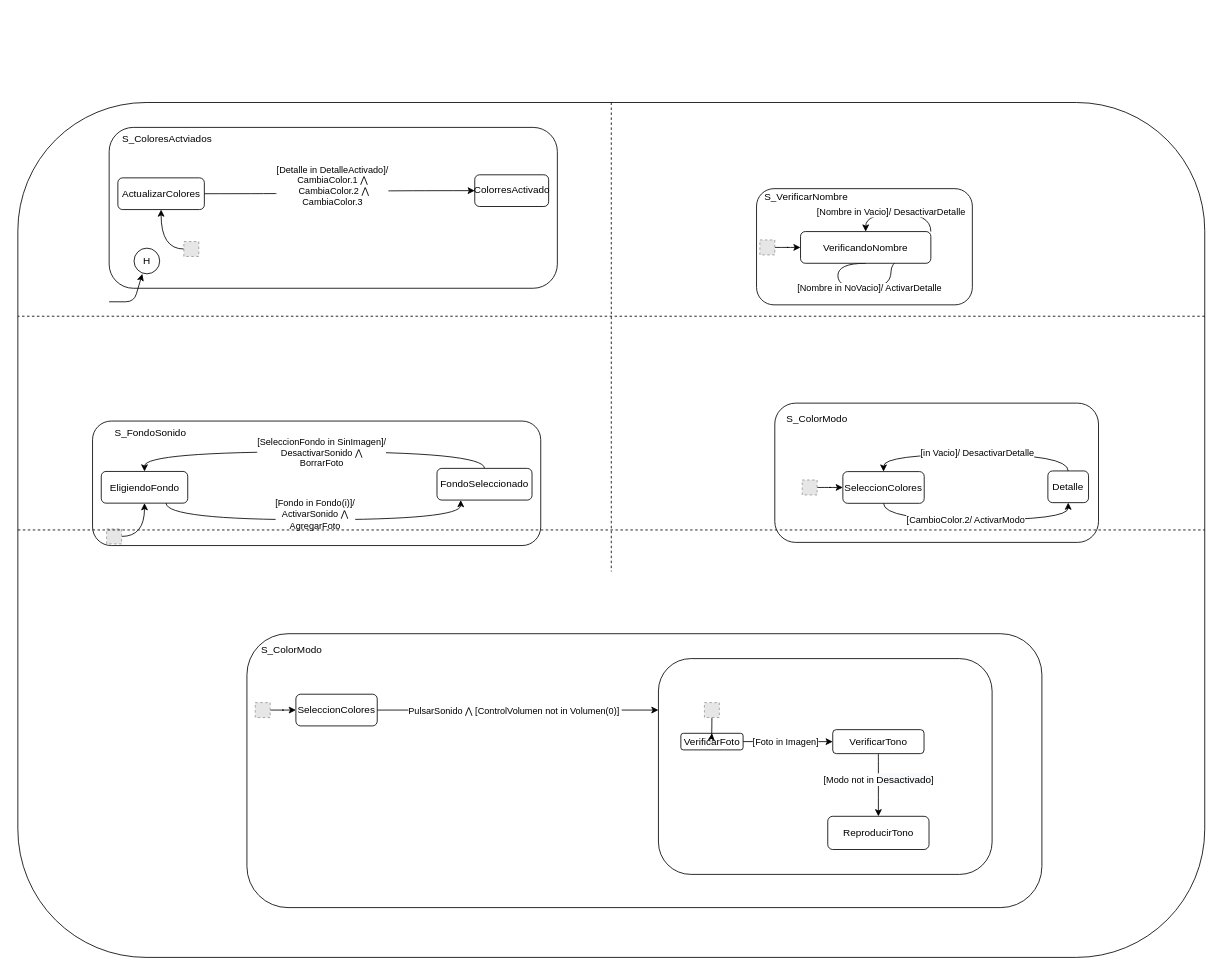
Before: Untitled Diagram.drawio in ignaciolitma/IngSoftware1, a draw.io diagram. Source tidied: cells renumbered, new cells numbered last; positions are measured from the earlier drawing's top-left corner, leaving out a move shared by most shapes. Both pictures are drawn from the tidied source at 83%, with x=0, y=0 at pixel (17, 102). Pictures stored in the file or linked from it are replaced by grey dashed boxes.
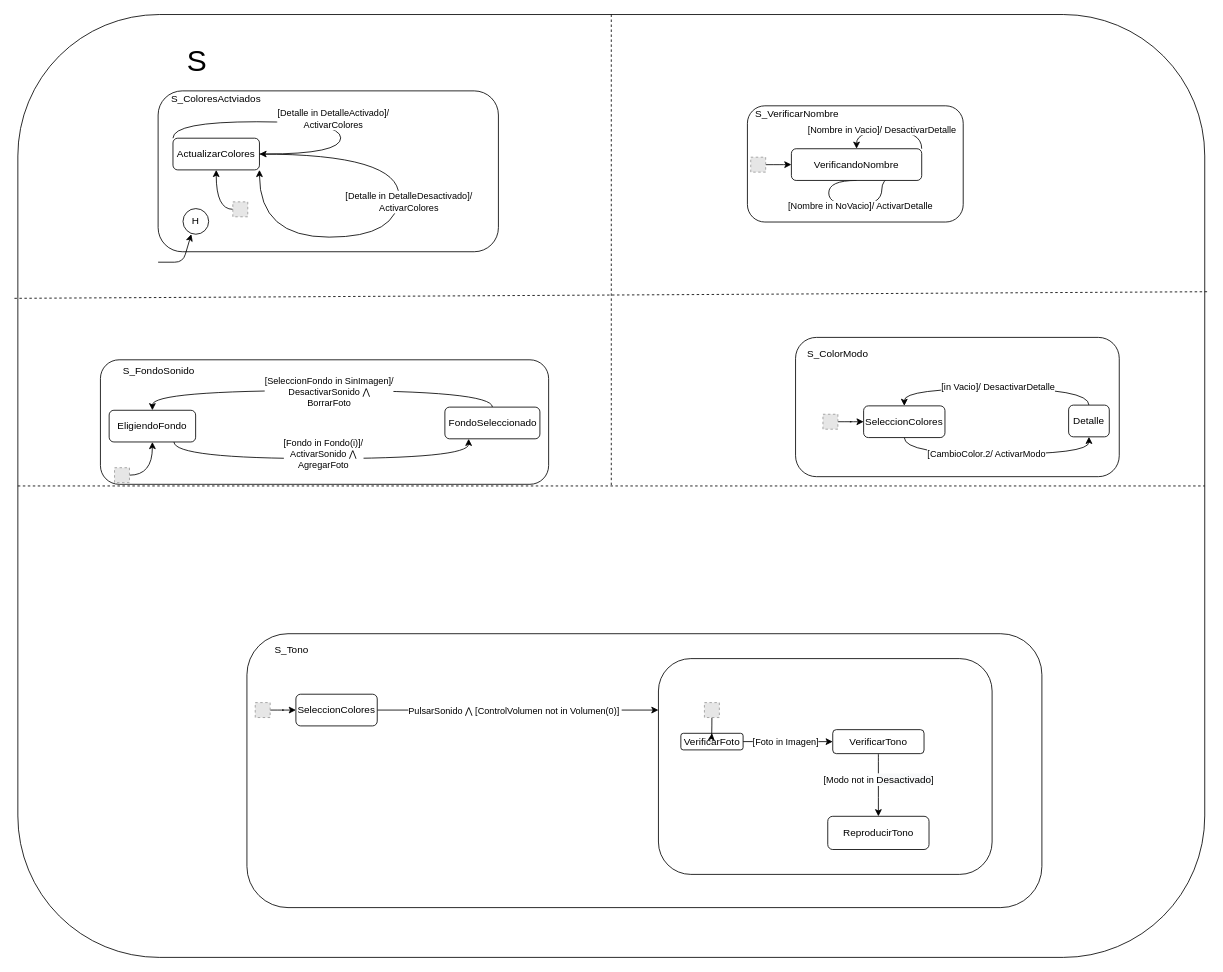
After the change.

Diff of the diagram source:
```diff
@@
     <mxCell id="2" style="rounded=1;whiteSpace=wrap;html=1;" parent="1" vertex="1">
-      <mxGeometry width="1430" height="1030" as="geometry" />
+      <mxGeometry y="-106" width="1430" height="1136" as="geometry" />
     </mxCell>
@@
     <mxCell id="4" style="rounded=1;whiteSpace=wrap;html=1;shadow=0;glass=0;sketch=0;strokeColor=#000000;strokeWidth=1;fillColor=#ffffff;gradientColor=none;" parent="1" vertex="1">
-      <mxGeometry x="912" y="362.2" width="390" height="167.8" as="geometry" />
+      <mxGeometry x="937" y="283" width="390" height="167.8" as="geometry" />
     </mxCell>
     <mxCell id="5" style="rounded=1;whiteSpace=wrap;html=1;shadow=0;glass=0;sketch=0;strokeColor=#000000;strokeWidth=1;fillColor=#ffffff;gradientColor=none;" parent="1" vertex="1">
-      <mxGeometry x="890" y="103.8" width="260" height="140" as="geometry" />
+      <mxGeometry x="879" y="4" width="260" height="140" as="geometry" />
     </mxCell>
@@
     <mxCell id="7" style="fillColor=#E6E6E6;strokeColor=#999999;dashed=1;html=1;verticalAlign=top;verticalLabelPosition=bottom;labelBackgroundColor=#ffffff;" parent="1" vertex="1">
-      <mxGeometry x="894" y="165.6" width="18" height="18" as="geometry" />
+      <mxGeometry x="883" y="65.9" width="18" height="18" as="geometry" />
     </mxCell>
     <mxCell id="8" style="edgeStyle=orthogonalEdgeStyle;curved=1;rounded=0;orthogonalLoop=1;jettySize=auto;html=1;entryX=1;entryY=0.75;entryDx=0;entryDy=0;exitX=0.5;exitY=1;exitDx=0;exitDy=0;" parent="1" edge="1" source="10" target="10">
       <mxGeometry relative="1" as="geometry">
         <Array as="points">
-          <mxPoint x="988" y="223.8" />
-          <mxPoint x="1052" y="223.8" />
-          <mxPoint x="1052" y="183.8" />
+          <mxPoint x="977" y="124" />
+          <mxPoint x="1041" y="124" />
+          <mxPoint x="1041" y="84" />
         </Array>
       </mxGeometry>
     </mxCell>
@@
     <mxCell id="10" value="VerificandoNombre" style="rounded=1;whiteSpace=wrap;html=1;shadow=0;glass=0;sketch=0;strokeColor=#000000;strokeWidth=1;fillColor=#ffffff;gradientColor=none;" parent="1" vertex="1">
-      <mxGeometry x="943" y="155.5" width="157" height="38.2" as="geometry" />
+      <mxGeometry x="932" y="55.7" width="157" height="38.2" as="geometry" />
     </mxCell>
     <mxCell id="11" style="edgeStyle=orthogonalEdgeStyle;curved=1;rounded=0;orthogonalLoop=1;jettySize=auto;html=1;entryX=0.5;entryY=0;entryDx=0;entryDy=0;exitX=1;exitY=0;exitDx=0;exitDy=0;" parent="1" edge="1" source="10" target="10">
       <mxGeometry relative="1" as="geometry">
         <Array as="points">
-          <mxPoint x="1100" y="155.8" />
-          <mxPoint x="1100" y="133.8" />
-          <mxPoint x="988" y="133.8" />
+          <mxPoint x="1089" y="56" />
+          <mxPoint x="1089" y="34" />
+          <mxPoint x="977" y="34" />
         </Array>
       </mxGeometry>
     </mxCell>
@@
     <mxCell id="13" value="S_VerificarNombre" style="text;html=1;strokeColor=none;fillColor=none;align=center;verticalAlign=middle;whiteSpace=wrap;rounded=0;shadow=0;glass=0;sketch=0;" parent="1" vertex="1">
-      <mxGeometry x="930" y="103.8" width="40" height="20" as="geometry" />
+      <mxGeometry x="919" y="4" width="40" height="20" as="geometry" />
     </mxCell>
-    <mxCell id="14" style="rounded=1;whiteSpace=wrap;html=1;shadow=0;glass=0;sketch=0;strokeColor=#000000;strokeWidth=1;fillColor=#ffffff;gradientColor=none;" parent="1" vertex="1">
-      <mxGeometry x="110" y="30" width="540" height="193.8" as="geometry" />
-    </mxCell>
-    <mxCell id="15" style="edgeStyle=orthogonalEdgeStyle;curved=1;rounded=0;jettySize=auto;html=1;entryX=0.5;entryY=1;entryDx=0;entryDy=0;exitX=0;exitY=0.5;exitDx=0;exitDy=0;" parent="1" edge="1" source="16" target="17">
-      <mxGeometry relative="1" as="geometry" />
-    </mxCell>
-    <mxCell id="16" style="fillColor=#E6E6E6;strokeColor=#999999;dashed=1;html=1;verticalAlign=top;verticalLabelPosition=bottom;labelBackgroundColor=#ffffff;" parent="1" vertex="1">
-      <mxGeometry x="200" y="167.5" width="18" height="18" as="geometry" />
-    </mxCell>
-    <mxCell id="17" value="ActualizarColores" style="rounded=1;whiteSpace=wrap;html=1;shadow=0;glass=0;sketch=0;strokeColor=#000000;strokeWidth=1;fillColor=#ffffff;gradientColor=none;" parent="1" vertex="1">
-      <mxGeometry x="120.5" y="90.8" width="104.2" height="38.2" as="geometry" />
-    </mxCell>
-    <mxCell id="18" value="S_ColoresActviados" style="text;html=1;strokeColor=none;fillColor=none;align=center;verticalAlign=middle;whiteSpace=wrap;rounded=0;shadow=0;glass=0;sketch=0;" parent="1" vertex="1">
-      <mxGeometry x="160" y="33.8" width="40" height="20" as="geometry" />
-    </mxCell>
-    <mxCell id="19" value="ColorresActivado" style="rounded=1;whiteSpace=wrap;html=1;shadow=0;glass=0;sketch=0;strokeColor=#000000;strokeWidth=1;fillColor=#ffffff;gradientColor=none;" parent="1" vertex="1">
-      <mxGeometry x="550.5" y="87.1" width="89" height="38.2" as="geometry" />
-    </mxCell>
-    <mxCell id="20" style="edgeStyle=orthogonalEdgeStyle;curved=1;rounded=0;jettySize=auto;html=1;entryX=0;entryY=0.5;entryDx=0;entryDy=0;exitX=1;exitY=0.5;exitDx=0;exitDy=0;" parent="1" edge="1" source="17" target="19">
-      <mxGeometry relative="1" as="geometry" />
-    </mxCell>
-    <mxCell id="21" value="[Detalle in DetalleActivado]/&lt;br&gt;&lt;font style=&quot;font-size: 11px&quot;&gt;CambiaColor.1&amp;nbsp;&lt;span id=&quot;docs-internal-guid-8772f5fa-7fff-3052-a0d8-ee5ba60bb537&quot;&gt;&lt;span style=&quot;background-color: transparent ; vertical-align: baseline&quot;&gt;⋀&lt;/span&gt;&lt;/span&gt;&lt;br&gt;&amp;nbsp;CambiaColor.2&amp;nbsp;&lt;/font&gt;&lt;span id=&quot;docs-internal-guid-8772f5fa-7fff-3052-a0d8-ee5ba60bb537&quot;&gt;&lt;span style=&quot;background-color: transparent ; vertical-align: baseline&quot;&gt;&lt;font style=&quot;font-size: 11px&quot;&gt;⋀&lt;br&gt;CambiaColor.3&lt;br&gt;&lt;/font&gt;&lt;br&gt;&lt;/span&gt;&lt;/span&gt;" style="edgeLabel;html=1;align=center;verticalAlign=middle;" parent="20" vertex="1">
-      <mxGeometry x="0.21" relative="1" as="geometry">
-        <mxPoint x="-42" as="offset" />
-      </mxGeometry>
-    </mxCell>
-    <mxCell id="22" value="H" style="ellipse;whiteSpace=wrap;html=1;rounded=0;shadow=0;glass=0;sketch=0;strokeColor=#000000;strokeWidth=1;fillColor=#ffffff;gradientColor=none;" parent="1" vertex="1">
-      <mxGeometry x="140" y="175.5" width="30.9" height="30.9" as="geometry" />
-    </mxCell>
-    <mxCell id="23" style="endArrow=classic;html=1;" parent="1" edge="1">
-      <mxGeometry relative="1" as="geometry">
-        <mxPoint x="110" y="240.1" as="sourcePoint" />
-        <mxPoint x="150" y="206.4" as="targetPoint" />
-        <Array as="points">
-          <mxPoint x="140" y="240.1" />
-        </Array>
-      </mxGeometry>
-    </mxCell>
     <mxCell id="24" style="rounded=1;whiteSpace=wrap;html=1;shadow=0;glass=0;sketch=0;strokeColor=#000000;strokeWidth=1;fillColor=#ffffff;gradientColor=none;" parent="1" vertex="1">
-      <mxGeometry x="90" y="383.8" width="540" height="150" as="geometry" />
+      <mxGeometry x="99.5" y="310" width="540" height="150" as="geometry" />
     </mxCell>
     <mxCell id="25" style="edgeStyle=orthogonalEdgeStyle;curved=1;rounded=0;jettySize=auto;html=1;entryX=0.5;entryY=1;entryDx=0;entryDy=0;exitX=1;exitY=0.5;exitDx=0;exitDy=0;" parent="1" edge="1" source="26" target="27">
       <mxGeometry relative="1" as="geometry">
         <Array as="points">
-          <mxPoint x="153" y="522.8" />
+          <mxPoint x="162.5" y="449" />
         </Array>
       </mxGeometry>
     </mxCell>
     <mxCell id="26" style="fillColor=#E6E6E6;strokeColor=#999999;dashed=1;html=1;verticalAlign=top;verticalLabelPosition=bottom;labelBackgroundColor=#ffffff;" parent="1" vertex="1">
-      <mxGeometry x="107" y="513.8" width="18" height="18" as="geometry" />
+      <mxGeometry x="116.5" y="440" width="18" height="18" as="geometry" />
     </mxCell>
     <mxCell id="27" value="EligiendoFondo" style="rounded=1;whiteSpace=wrap;html=1;shadow=0;glass=0;sketch=0;strokeColor=#000000;strokeWidth=1;fillColor=#ffffff;gradientColor=none;" parent="1" vertex="1">
-      <mxGeometry x="100.5" y="444.5" width="104.2" height="38.2" as="geometry" />
+      <mxGeometry x="110" y="370.8" width="104.2" height="38.2" as="geometry" />
     </mxCell>
     <mxCell id="28" value="S_FondoSonido" style="text;html=1;strokeColor=none;fillColor=none;align=center;verticalAlign=middle;whiteSpace=wrap;rounded=0;shadow=0;glass=0;sketch=0;" parent="1" vertex="1">
-      <mxGeometry x="140" y="387.5" width="40" height="20" as="geometry" />
+      <mxGeometry x="149.5" y="313.8" width="40" height="20" as="geometry" />
     </mxCell>
@@
     <mxCell id="31" value="FondoSeleccionado" style="rounded=1;whiteSpace=wrap;html=1;shadow=0;glass=0;sketch=0;strokeColor=#000000;strokeWidth=1;fillColor=#ffffff;gradientColor=none;" parent="1" vertex="1">
-      <mxGeometry x="505" y="440.8" width="114.5" height="38.2" as="geometry" />
+      <mxGeometry x="514.5" y="367" width="114.5" height="38.2" as="geometry" />
     </mxCell>
@@
     <mxCell id="34" value="S_ColorModo" style="text;html=1;strokeColor=none;fillColor=none;align=center;verticalAlign=middle;whiteSpace=wrap;rounded=0;shadow=0;glass=0;sketch=0;" parent="1" vertex="1">
-      <mxGeometry x="943" y="372.2" width="40" height="20" as="geometry" />
+      <mxGeometry x="968" y="293" width="40" height="20" as="geometry" />
     </mxCell>
@@
     <mxCell id="36" style="fillColor=#E6E6E6;strokeColor=#999999;dashed=1;html=1;verticalAlign=top;verticalLabelPosition=bottom;labelBackgroundColor=#ffffff;" parent="1" vertex="1">
-      <mxGeometry x="945" y="454.8" width="18" height="18" as="geometry" />
+      <mxGeometry x="970" y="375.6" width="18" height="18" as="geometry" />
     </mxCell>
@@
     <mxCell id="39" value="SeleccionColores" style="rounded=1;whiteSpace=wrap;html=1;shadow=0;glass=0;sketch=0;strokeColor=#000000;strokeWidth=1;fillColor=#ffffff;gradientColor=none;" parent="1" vertex="1">
-      <mxGeometry x="994" y="444.7" width="98" height="38.2" as="geometry" />
+      <mxGeometry x="1019" y="365.5" width="98" height="38.2" as="geometry" />
     </mxCell>
@@
     <mxCell id="42" value="Detalle" style="rounded=1;whiteSpace=wrap;html=1;shadow=0;glass=0;sketch=0;strokeColor=#000000;strokeWidth=1;fillColor=#ffffff;gradientColor=none;" parent="1" vertex="1">
-      <mxGeometry x="1241" y="443.9" width="49" height="38.2" as="geometry" />
+      <mxGeometry x="1266" y="364.6" width="49" height="38.2" as="geometry" />
     </mxCell>
@@
-    <mxCell id="58" value="S_ColorModo" style="text;html=1;strokeColor=none;fillColor=none;align=center;verticalAlign=middle;whiteSpace=wrap;rounded=0;shadow=0;glass=0;sketch=0;" parent="1" vertex="1">
+    <mxCell id="58" value="S_Tono" style="text;html=1;strokeColor=none;fillColor=none;align=center;verticalAlign=middle;whiteSpace=wrap;rounded=0;shadow=0;glass=0;sketch=0;" parent="1" vertex="1">
       <mxGeometry x="310" y="650" width="40" height="20" as="geometry" />
     </mxCell>
@@
     <mxCell id="60" style="endArrow=none;dashed=1;html=1;exitX=0.5;exitY=0;exitDx=0;exitDy=0;" parent="1" edge="1" source="2">
       <mxGeometry relative="1" as="geometry">
-        <mxPoint x="715" y="565" as="targetPoint" />
+        <mxPoint x="715" y="462" as="targetPoint" />
       </mxGeometry>
     </mxCell>
-    <mxCell id="61" style="endArrow=none;dashed=1;html=1;exitX=1;exitY=0.25;exitDx=0;exitDy=0;entryX=0;entryY=0.25;entryDx=0;entryDy=0;" parent="1" edge="1" source="2" target="2">
+    <mxCell id="61" style="endArrow=none;dashed=1;html=1;exitX=1.002;exitY=0.294;exitDx=0;exitDy=0;entryX=-0.003;entryY=0.301;entryDx=0;entryDy=0;entryPerimeter=0;exitPerimeter=0;" parent="1" edge="1" source="2" target="2">
       <mxGeometry relative="1" as="geometry" />
     </mxCell>
+    <mxCell id="62" value="&lt;font style=&quot;font-size: 36px&quot;&gt;S&lt;/font&gt;" style="text;html=1;strokeColor=none;fillColor=none;align=center;verticalAlign=middle;whiteSpace=wrap;rounded=0;" parent="1" vertex="1">
+      <mxGeometry x="116.5" y="-84" width="197.5" height="66" as="geometry" />
+    </mxCell>
+    <mxCell id="63" style="rounded=1;whiteSpace=wrap;html=1;shadow=0;glass=0;sketch=0;strokeColor=#000000;strokeWidth=1;fillColor=#ffffff;gradientColor=none;" parent="1" vertex="1">
+      <mxGeometry x="169" y="-14" width="410" height="193.8" as="geometry" />
+    </mxCell>
+    <mxCell id="64" style="edgeStyle=orthogonalEdgeStyle;curved=1;rounded=0;jettySize=auto;html=1;entryX=0.5;entryY=1;entryDx=0;entryDy=0;exitX=0;exitY=0.5;exitDx=0;exitDy=0;" parent="1" edge="1" source="65" target="17">
+      <mxGeometry relative="1" as="geometry" />
+    </mxCell>
+    <mxCell id="65" style="fillColor=#E6E6E6;strokeColor=#999999;dashed=1;html=1;verticalAlign=top;verticalLabelPosition=bottom;labelBackgroundColor=#ffffff;" parent="1" vertex="1">
+      <mxGeometry x="259" y="119.7" width="18" height="18" as="geometry" />
+    </mxCell>
+    <mxCell id="17" value="ActualizarColores" style="rounded=1;whiteSpace=wrap;html=1;shadow=0;glass=0;sketch=0;strokeColor=#000000;strokeWidth=1;fillColor=#ffffff;gradientColor=none;" parent="1" vertex="1">
+      <mxGeometry x="186.9" y="43" width="104.2" height="38.2" as="geometry" />
+    </mxCell>
+    <mxCell id="18" value="S_ColoresActviados" style="text;html=1;strokeColor=none;fillColor=none;align=center;verticalAlign=middle;whiteSpace=wrap;rounded=0;shadow=0;glass=0;sketch=0;" parent="1" vertex="1">
+      <mxGeometry x="219" y="-14" width="40" height="20" as="geometry" />
+    </mxCell>
+    <mxCell id="22" value="H" style="ellipse;whiteSpace=wrap;html=1;rounded=0;shadow=0;glass=0;sketch=0;strokeColor=#000000;strokeWidth=1;fillColor=#ffffff;gradientColor=none;" parent="1" vertex="1">
+      <mxGeometry x="199" y="127.8" width="30.9" height="30.9" as="geometry" />
+    </mxCell>
+    <mxCell id="66" style="endArrow=classic;html=1;" parent="1" edge="1">
+      <mxGeometry relative="1" as="geometry">
+        <mxPoint x="169" y="192.4" as="sourcePoint" />
+        <mxPoint x="209" y="158.6" as="targetPoint" />
+        <Array as="points">
+          <mxPoint x="199" y="192.4" />
+        </Array>
+      </mxGeometry>
+    </mxCell>
+    <mxCell id="67" style="edgeStyle=orthogonalEdgeStyle;curved=1;rounded=0;orthogonalLoop=1;jettySize=auto;html=1;entryX=1;entryY=0.5;entryDx=0;entryDy=0;exitX=0;exitY=0;exitDx=0;exitDy=0;" parent="1" edge="1" source="17" target="17">
+      <mxGeometry relative="1" as="geometry">
+        <Array as="points">
+          <mxPoint x="187" y="23.2" />
+          <mxPoint x="389" y="23.2" />
+          <mxPoint x="389" y="62.2" />
+        </Array>
+      </mxGeometry>
+    </mxCell>
+    <mxCell id="68" value="[Detalle in DetalleActivado]/&lt;br&gt;ActivarColores" style="edgeLabel;html=1;align=center;verticalAlign=middle;" parent="67" vertex="1">
+      <mxGeometry x="0.01" y="-1" relative="1" as="geometry">
+        <mxPoint x="31" y="-5" as="offset" />
+      </mxGeometry>
+    </mxCell>
+    <mxCell id="69" style="edgeStyle=orthogonalEdgeStyle;curved=1;rounded=0;orthogonalLoop=1;jettySize=auto;html=1;entryX=1;entryY=1;entryDx=0;entryDy=0;exitX=1;exitY=0.5;exitDx=0;exitDy=0;" parent="1" edge="1" source="17" target="17">
+      <mxGeometry relative="1" as="geometry">
+        <Array as="points">
+          <mxPoint x="459" y="62.2" />
+          <mxPoint x="459" y="162.2" />
+          <mxPoint x="291" y="162.2" />
+        </Array>
+      </mxGeometry>
+    </mxCell>
+    <mxCell id="70" value="[Detalle in DetalleDesactivado]/&lt;br&gt;ActivarColores" style="edgeLabel;html=1;align=center;verticalAlign=middle;" parent="69" vertex="1">
+      <mxGeometry x="0.23" relative="1" as="geometry">
+        <mxPoint x="61" y="-43" as="offset" />
+      </mxGeometry>
+    </mxCell>
```
